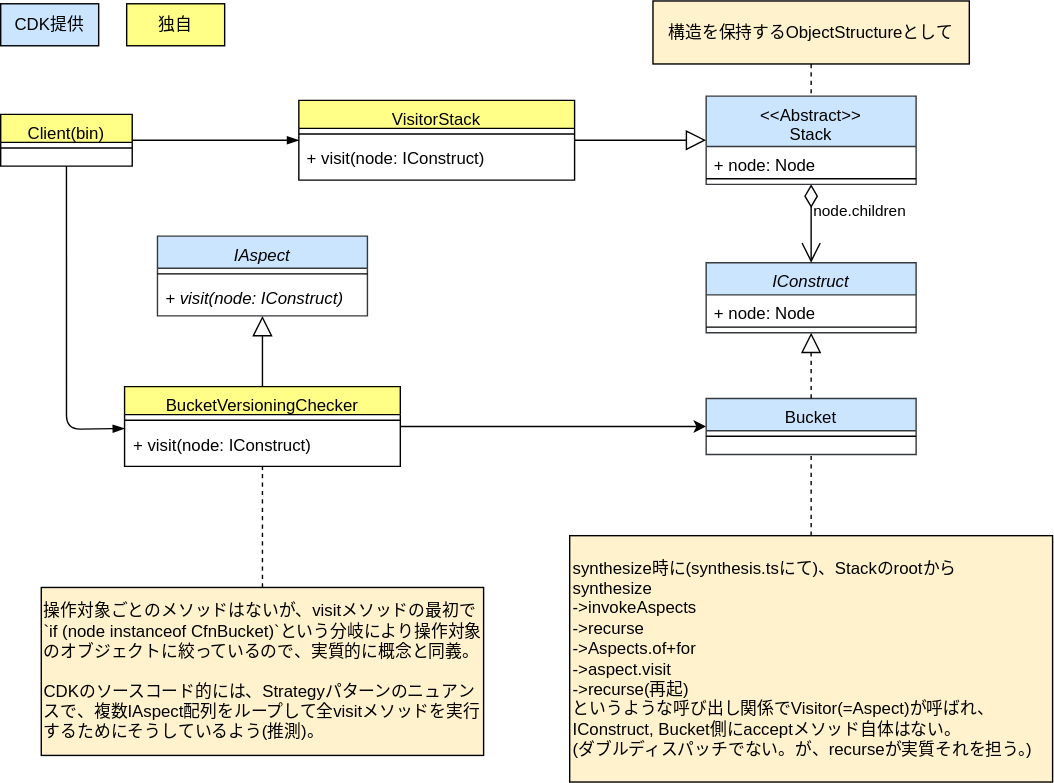
This is drawio/visitor/visitor-cdk-simplified.drawio.svg from go-to-k/cdk-gof-design-pattern, a draw.io export, as it was before one commit. Source tidied: cells renumbered, new cells last; positions are measured from the earlier drawing's top-left corner, leaving out a move shared by most shapes.
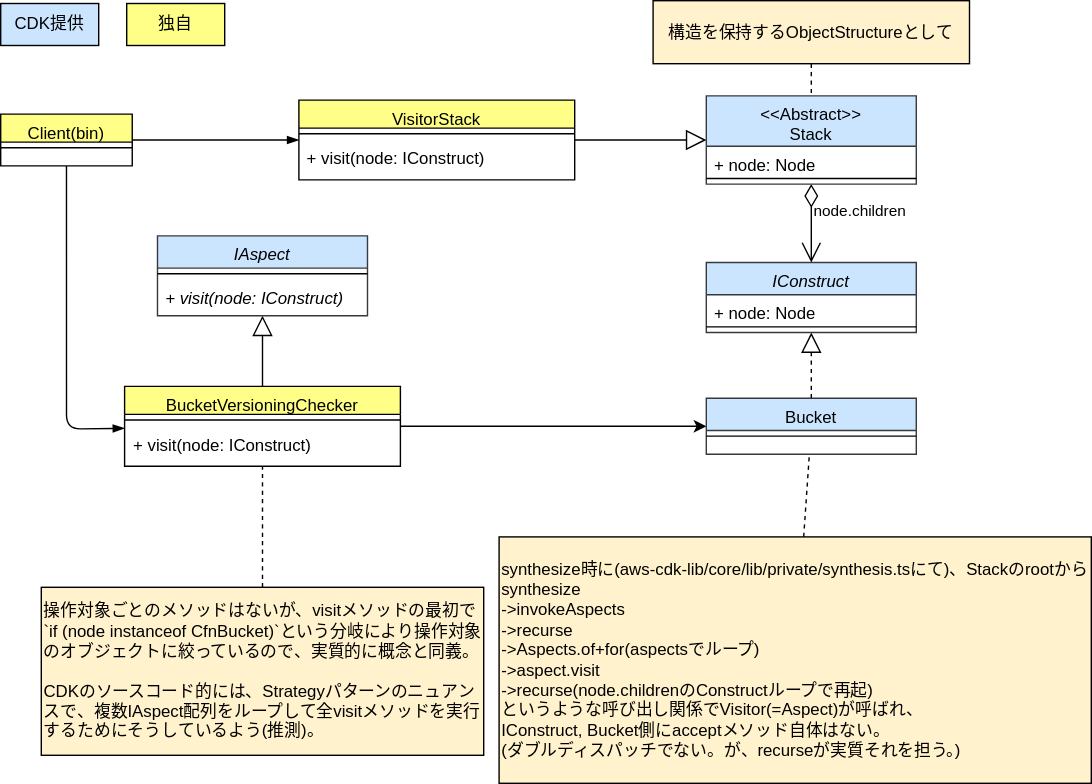
The same diagram one commit later.

Commit message:
update visitor diagrams comments

Diff of the diagram source:
```diff
@@ -59,8 +59,8 @@
     <mxCell id="20" style="edgeStyle=none;html=1;dashed=1;strokeColor=#000000;endArrow=none;endFill=0;" parent="1" edge="1" source="21" target="12">
       <mxGeometry relative="1" as="geometry" />
     </mxCell>
-    <mxCell id="21" value="synthesize時に(synthesis.tsにて)、Stackのrootから&lt;br&gt;synthesize&lt;br&gt;-&amp;gt;invokeAspects&lt;br&gt;-&amp;gt;recurse&lt;br&gt;-&amp;gt;Aspects.of+for&lt;br&gt;-&amp;gt;aspect.visit&lt;br&gt;-&amp;gt;recurse(再起)&lt;br&gt;というような呼び出し関係でVisitor(=Aspect)が呼ばれ、&lt;br&gt;IConstruct, Bucket側にacceptメソッド自体はない。&lt;br&gt;(ダブルディスパッチでない。が、recurseが実質それを担う。)" style="text;html=1;strokeColor=#000000;fillColor=#fff2cc;align=left;verticalAlign=middle;whiteSpace=wrap;rounded=0;fontColor=#000000;" parent="1" vertex="1">
-      <mxGeometry x="406.5" y="382" width="345" height="176" as="geometry" />
+    <mxCell id="21" value="synthesize時に(aws-cdk-lib/core/lib/private/synthesis.tsにて)、Stackのrootから&lt;br&gt;synthesize&lt;br&gt;-&amp;gt;invokeAspects&lt;br&gt;-&amp;gt;recurse&lt;br&gt;-&amp;gt;Aspects.of+for(aspectsでループ)&lt;br&gt;-&amp;gt;aspect.visit&lt;br&gt;-&amp;gt;recurse(node.childrenのConstructループで再起)&lt;br&gt;というような呼び出し関係でVisitor(=Aspect)が呼ばれ、&lt;br&gt;IConstruct, Bucket側にacceptメソッド自体はない。&lt;br&gt;(ダブルディスパッチでない。が、recurseが実質それを担う。)" style="text;html=1;strokeColor=#000000;fillColor=#fff2cc;align=left;verticalAlign=middle;whiteSpace=wrap;rounded=0;fontColor=#000000;" parent="1" vertex="1">
+      <mxGeometry x="356" y="383" width="423" height="176" as="geometry" />
     </mxCell>
     <mxCell id="22" value="node.children" style="endArrow=open;html=1;endSize=12;startArrow=diamondThin;startSize=14;startFill=0;edgeStyle=orthogonalEdgeStyle;align=left;verticalAlign=bottom;rounded=0;fontColor=#000000;strokeColor=#000000;labelBackgroundColor=none;" parent="1" edge="1" source="23" target="14">
       <mxGeometry relative="1" as="geometry" />
```
